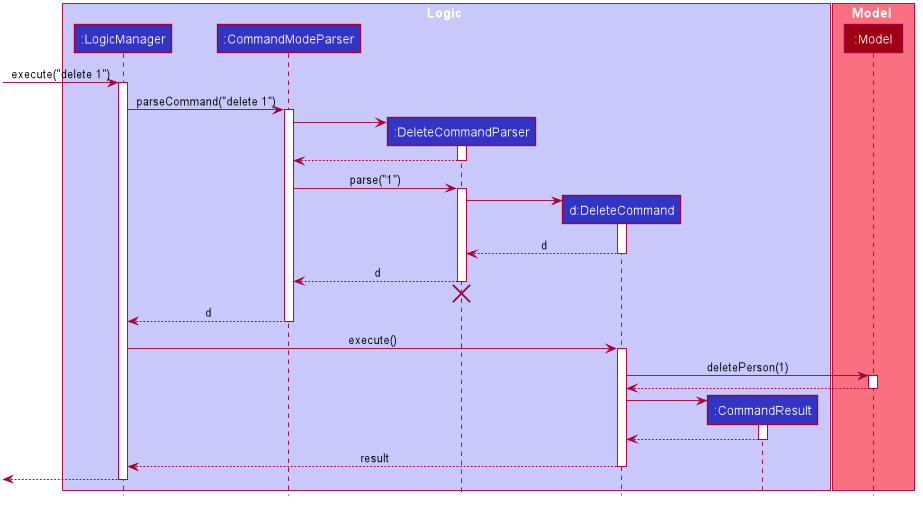
Above: docs/images/DeleteSequenceDiagram.png in vigneshbhuvan-nus/tp (PlantUML), before the change.
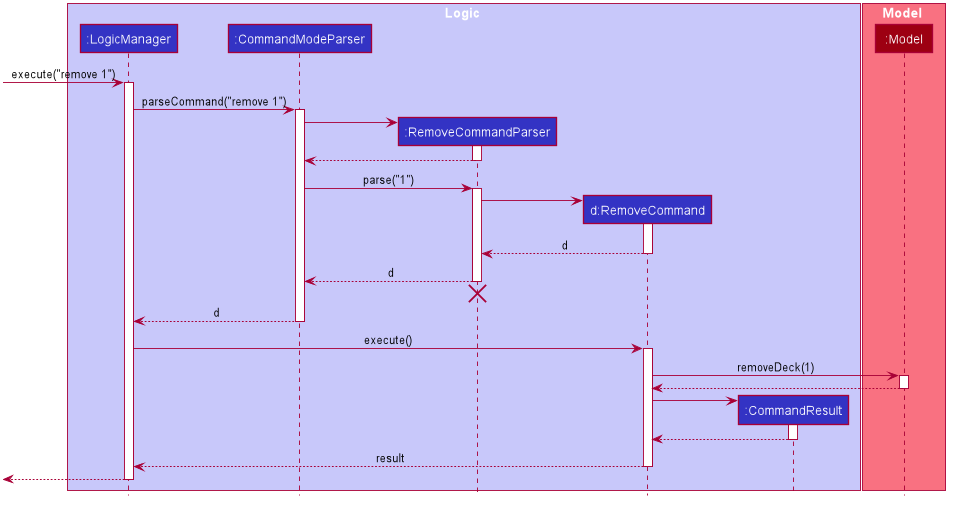
Above is the later version.

What changed in the source:
```diff
@@ -51,8 +51,8 @@
 box Logic #C8C8FA
 participant ":LogicManager" as LogicManager #3333C4
 participant ":CommandModeParser" as CommandModeParser #3333C4
-participant ":DeleteCommandParser" as DeleteCommandParser #3333C4
-participant "d:DeleteCommand" as DeleteCommand #3333C4
+participant ":RemoveCommandParser" as RemoveCommandParser #3333C4
+participant "d:RemoveCommand" as RemoveCommand #3333C4
 participant ":CommandResult" as CommandResult #3333C4
 end box
 
@@ -60,55 +60,55 @@
 participant ":Model" as Model #9D0012
 end box
 
-[-> LogicManager : execute("delete 1")
+[-> LogicManager : execute("remove 1")
 activate LogicManager
 
-LogicManager -> CommandModeParser : parseCommand("delete 1")
+LogicManager -> CommandModeParser : parseCommand("remove 1")
 activate CommandModeParser
 
-create DeleteCommandParser
-CommandModeParser -> DeleteCommandParser
-activate DeleteCommandParser
+create RemoveCommandParser
+CommandModeParser -> RemoveCommandParser
+activate RemoveCommandParser
 
-DeleteCommandParser --> CommandModeParser
-deactivate DeleteCommandParser
+RemoveCommandParser --> CommandModeParser
+deactivate RemoveCommandParser
 
-CommandModeParser -> DeleteCommandParser : parse("1")
-activate DeleteCommandParser
+CommandModeParser -> RemoveCommandParser : parse("1")
+activate RemoveCommandParser
 
-create DeleteCommand
-DeleteCommandParser -> DeleteCommand
-activate DeleteCommand
+create RemoveCommand
+RemoveCommandParser -> RemoveCommand
+activate RemoveCommand
 
-DeleteCommand --> DeleteCommandParser : d
-deactivate DeleteCommand
+RemoveCommand --> RemoveCommandParser : d
+deactivate RemoveCommand
 
-DeleteCommandParser --> CommandModeParser : d
-deactivate DeleteCommandParser
-DeleteCommandParser -[hidden]-> CommandModeParser
-destroy DeleteCommandParser
+RemoveCommandParser --> CommandModeParser : d
+deactivate RemoveCommandParser
+RemoveCommandParser -[hidden]-> CommandModeParser
+destroy RemoveCommandParser
 
 CommandModeParser --> LogicManager : d
 deactivate CommandModeParser
 
-LogicManager -> DeleteCommand : execute()
-activate DeleteCommand
+LogicManager -> RemoveCommand : execute()
+activate RemoveCommand
 
-DeleteCommand -> Model : deletePerson(1)
+RemoveCommand -> Model : removeDeck(1)
 activate Model
 
-Model --> DeleteCommand
+Model --> RemoveCommand
 deactivate Model
 
 create CommandResult
-DeleteCommand -> CommandResult
+RemoveCommand -> CommandResult
 activate CommandResult
 
-CommandResult --> DeleteCommand
+CommandResult --> RemoveCommand
 deactivate CommandResult
 
-DeleteCommand --> LogicManager : result
-deactivate DeleteCommand
+RemoveCommand --> LogicManager : result
+deactivate RemoveCommand
 
 [<--LogicManager
 deactivate LogicManager
```
